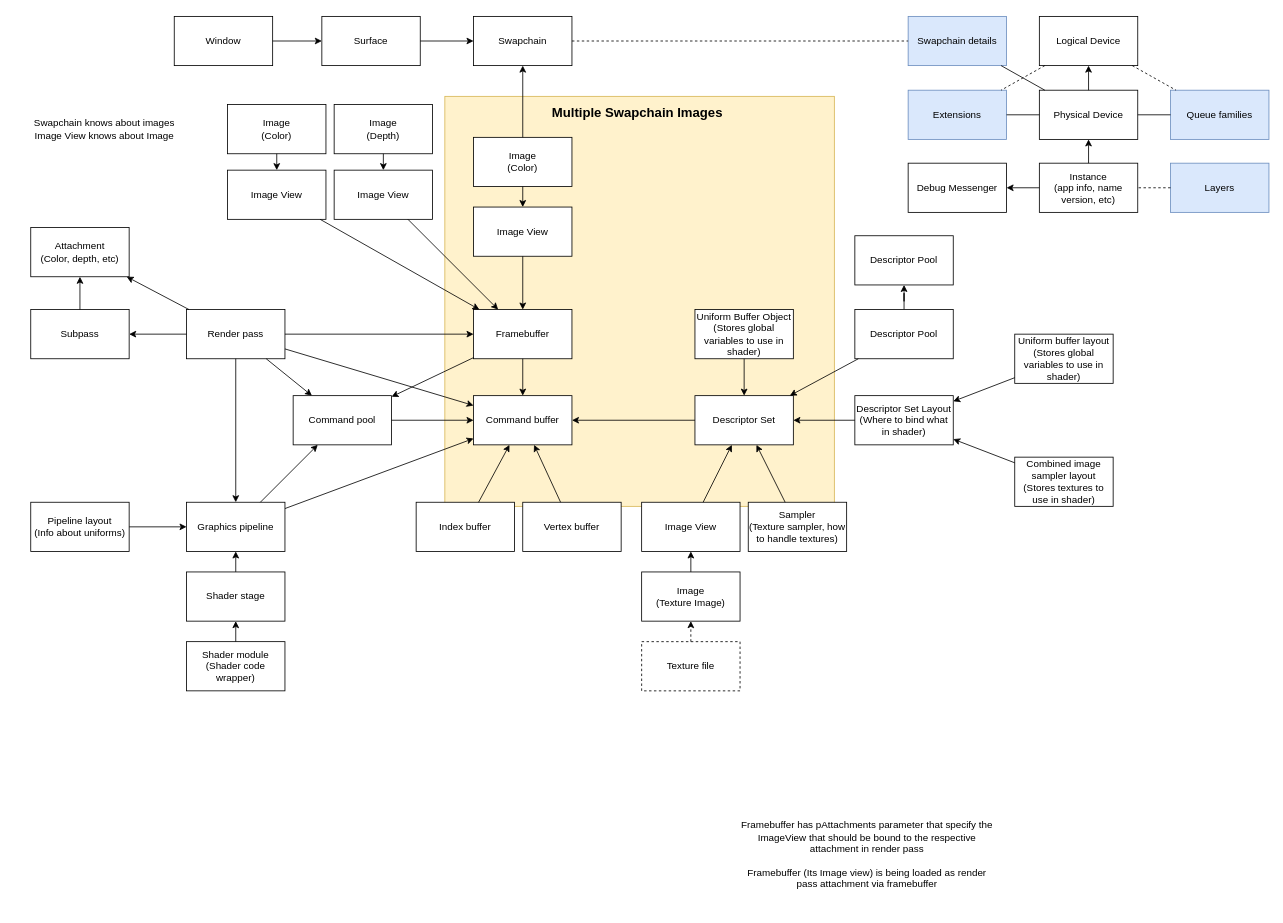
This is StarburstRenderingEngine/StarburstRenderingEngine/res/Other/VulkanDependencies.drawio from MattSzymonski/Starburst-Rendering-Engine, a draw.io file, before an edit. Source tidied: cells renumbered, new cells numbered last; positions are measured from the earlier drawing's top-left corner, leaving out a move shared by most shapes. Both pictures are drawn from the tidied source at 82%, with x=0, y=0 at pixel (14, 16).
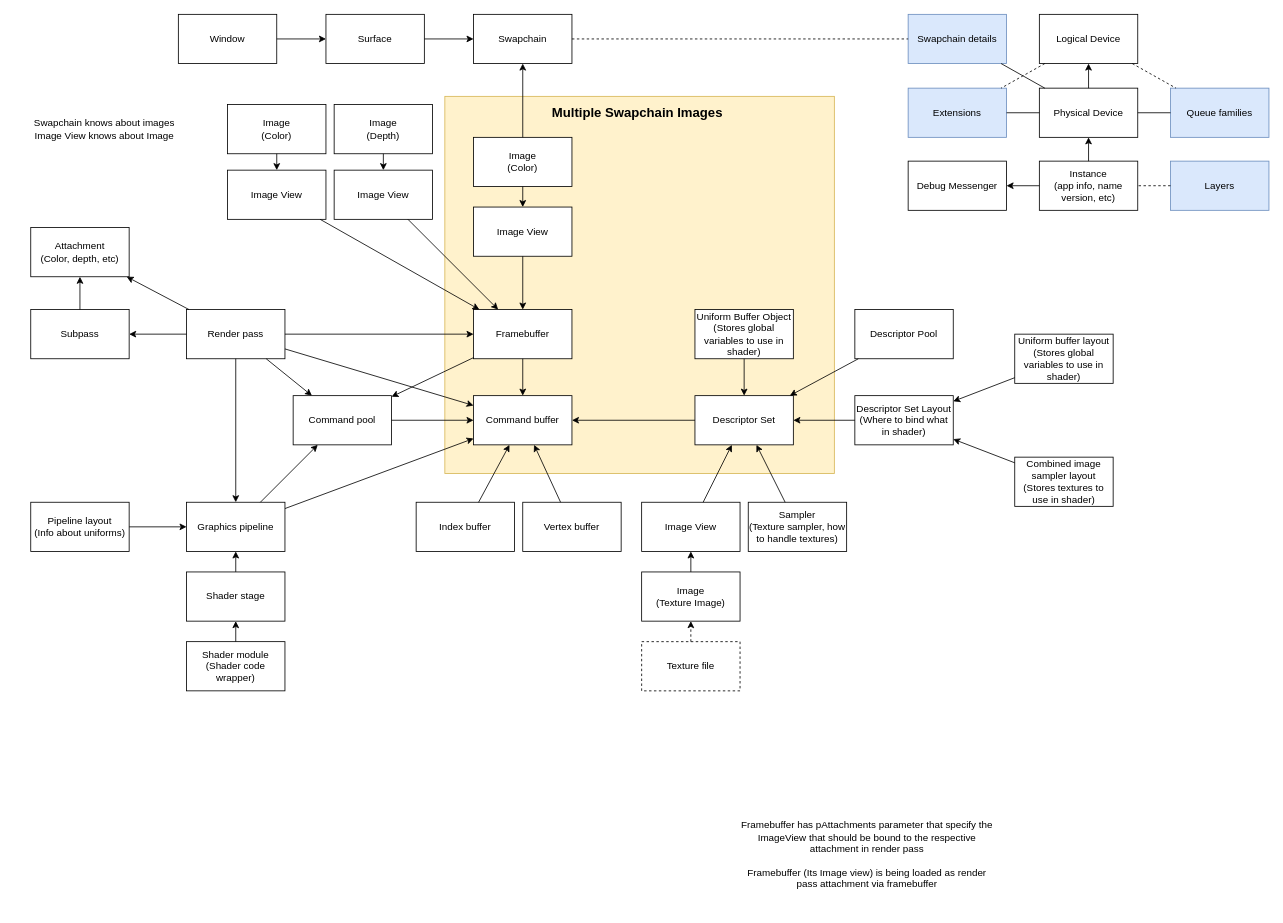
The same diagram, later.

Unchanged cells that the change refers to:
```xml
<mxCell id="64" value="Descriptor Pool" style="rounded=0;whiteSpace=wrap;html=1;" parent="1" vertex="1">
  <mxGeometry x="1025" y="358" width="120" height="60" as="geometry" />
</mxCell>
```

The edit, as a diff of the source:
```diff
@@
     <mxCell id="2" style="rounded=0;whiteSpace=wrap;html=1;fillColor=#fff2cc;strokeColor=#d6b656;shadow=0;" parent="1" vertex="1">
-      <mxGeometry x="525" y="98" width="475" height="500" as="geometry" />
+      <mxGeometry x="525" y="98" width="475" height="460" as="geometry" />
     </mxCell>
@@
     <mxCell id="4" value="&lt;span style=&quot;white-space: normal&quot;&gt;Swapchain&lt;/span&gt;" style="rounded=0;whiteSpace=wrap;html=1;" parent="1" vertex="1">
-      <mxGeometry x="560" y="0.5" width="120" height="60" as="geometry" />
+      <mxGeometry x="560" y="-2" width="120" height="60" as="geometry" />
     </mxCell>
@@
     <mxCell id="30" value="Window" style="rounded=0;whiteSpace=wrap;html=1;" parent="1" vertex="1">
-      <mxGeometry x="195" y="0.5" width="120" height="60" as="geometry" />
+      <mxGeometry x="200" y="-2" width="120" height="60" as="geometry" />
     </mxCell>
     <mxCell id="31" value="Surface" style="rounded=0;whiteSpace=wrap;html=1;" parent="1" vertex="1">
-      <mxGeometry x="375" y="0.5" width="120" height="60" as="geometry" />
+      <mxGeometry x="380" y="-2" width="120" height="60" as="geometry" />
     </mxCell>
@@
-    <mxCell id="33" style="endArrow=classic;html=1;strokeColor=#000000;" parent="1" edge="1" source="31" target="4">
-      <mxGeometry relative="1" as="geometry" />
+    <mxCell id="33" style="endArrow=classic;html=1;strokeColor=#000000;" parent="1" edge="1" source="31">
+      <mxGeometry relative="1" as="geometry">
+        <mxPoint x="560" y="28" as="targetPoint" />
+      </mxGeometry>
     </mxCell>
@@
     <mxCell id="40" value="Instance&lt;br&gt;(app info, name version, etc)" style="rounded=0;whiteSpace=wrap;html=1;" parent="1" vertex="1">
-      <mxGeometry x="1250" y="179.5" width="120" height="60" as="geometry" />
+      <mxGeometry x="1250" y="177" width="120" height="60" as="geometry" />
     </mxCell>
     <mxCell id="41" value="Physical Device" style="rounded=0;whiteSpace=wrap;html=1;" parent="1" vertex="1">
-      <mxGeometry x="1250" y="90.5" width="120" height="60" as="geometry" />
+      <mxGeometry x="1250" y="88" width="120" height="60" as="geometry" />
     </mxCell>
@@
     <mxCell id="43" value="Queue families" style="rounded=0;whiteSpace=wrap;html=1;fillColor=#dae8fc;strokeColor=#6c8ebf;" parent="1" vertex="1">
-      <mxGeometry x="1410" y="90.5" width="120" height="60" as="geometry" />
+      <mxGeometry x="1410" y="88" width="120" height="60" as="geometry" />
     </mxCell>
@@
     <mxCell id="45" value="Layers" style="rounded=0;whiteSpace=wrap;html=1;fillColor=#dae8fc;strokeColor=#6c8ebf;" parent="1" vertex="1">
-      <mxGeometry x="1410" y="179.5" width="120" height="60" as="geometry" />
+      <mxGeometry x="1410" y="177" width="120" height="60" as="geometry" />
     </mxCell>
     <mxCell id="46" value="Extensions" style="rounded=0;whiteSpace=wrap;html=1;fillColor=#dae8fc;strokeColor=#6c8ebf;" parent="1" vertex="1">
-      <mxGeometry x="1090" y="90.5" width="120" height="60" as="geometry" />
+      <mxGeometry x="1090" y="88" width="120" height="60" as="geometry" />
     </mxCell>
@@
     <mxCell id="48" value="Debug Messenger" style="rounded=0;whiteSpace=wrap;html=1;" parent="1" vertex="1">
-      <mxGeometry x="1090" y="179.5" width="120" height="60" as="geometry" />
+      <mxGeometry x="1090" y="177" width="120" height="60" as="geometry" />
     </mxCell>
@@
     <mxCell id="50" value="Logical Device" style="rounded=0;whiteSpace=wrap;html=1;" parent="1" vertex="1">
-      <mxGeometry x="1250" y="0.5" width="120" height="60" as="geometry" />
+      <mxGeometry x="1250" y="-2" width="120" height="60" as="geometry" />
     </mxCell>
@@
     <mxCell id="54" value="Swapchain details" style="rounded=0;whiteSpace=wrap;html=1;fillColor=#dae8fc;strokeColor=#6c8ebf;" parent="1" vertex="1">
-      <mxGeometry x="1090" y="0.5" width="120" height="60" as="geometry" />
+      <mxGeometry x="1090" y="-2" width="120" height="60" as="geometry" />
     </mxCell>
@@
-    <mxCell id="63" style="edgeStyle=orthogonalEdgeStyle;rounded=0;jettySize=auto;html=1;" parent="1" edge="1" source="64" target="65">
-      <mxGeometry relative="1" as="geometry" />
-    </mxCell>
@@
-    <mxCell id="65" value="Descriptor Pool" style="rounded=0;whiteSpace=wrap;html=1;" parent="1" vertex="1">
-      <mxGeometry x="1025" y="268" width="120" height="60" as="geometry" />
-    </mxCell>
```
